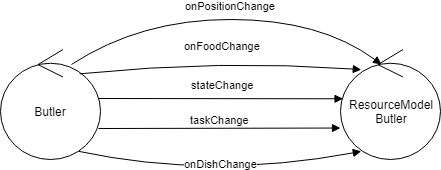
The draw.io diagram Relazioni/images/analisi/ButlerModelButlerArchitecture.png in xAlessandroC/iss2019TemaFinale, before a commit. Source tidied: cells renumbered, new cells last; positions are measured from the earlier drawing's top-left corner, leaving out a move shared by most shapes. Its diagram source:
```xml
<mxGraphModel>
  <root>
    <mxCell id="0" />
    <mxCell id="1" parent="0" />
    <mxCell id="2" value="Butler" style="ellipse;shape=umlControl;whiteSpace=wrap;html=1;" parent="1" vertex="1">
      <mxGeometry y="30" width="100" height="110" as="geometry" />
    </mxCell>
    <mxCell id="3" value="stateChange" style="html=1;verticalAlign=bottom;endArrow=block;entryX=0.025;entryY=0.448;entryDx=0;entryDy=0;entryPerimeter=0;" parent="1" edge="1" target="4">
      <mxGeometry x="0.02" y="5" relative="1" as="geometry">
        <mxPoint x="98" y="79" as="sourcePoint" />
      </mxGeometry>
    </mxCell>
    <mxCell id="4" value="ResourceModel&lt;br&gt;Butler" style="ellipse;shape=umlControl;whiteSpace=wrap;html=1;" parent="1" vertex="1">
      <mxGeometry x="340" y="30" width="100" height="110" as="geometry" />
    </mxCell>
    <mxCell id="5" value="taskChange" style="html=1;verticalAlign=bottom;endArrow=block;entryX=0;entryY=0.714;entryDx=0;entryDy=0;entryPerimeter=0;" parent="1" edge="1" target="4">
      <mxGeometry x="0.01" relative="1" as="geometry">
        <mxPoint x="98" y="109" as="sourcePoint" />
      </mxGeometry>
    </mxCell>
    <mxCell id="6" value="onDishChange" style="html=1;verticalAlign=bottom;endArrow=block;entryX=0.208;entryY=0.926;entryDx=0;entryDy=0;entryPerimeter=0;exitX=0.783;exitY=0.926;exitDx=0;exitDy=0;exitPerimeter=0;curved=1;" parent="1" edge="1" source="2" target="4">
      <mxGeometry x="0.02" y="5" relative="1" as="geometry">
        <Array as="points">
          <mxPoint x="210" y="160" />
        </Array>
      </mxGeometry>
    </mxCell>
    <mxCell id="7" value="onFoodChange" style="html=1;verticalAlign=bottom;endArrow=block;entryX=0.208;entryY=0.183;entryDx=0;entryDy=0;entryPerimeter=0;exitX=0.792;exitY=0.221;exitDx=0;exitDy=0;exitPerimeter=0;curved=1;" parent="1" edge="1" source="2" target="4">
      <mxGeometry x="0.02" y="5" relative="1" as="geometry">
        <Array as="points">
          <mxPoint x="220" y="40" />
        </Array>
      </mxGeometry>
    </mxCell>
    <mxCell id="8" value="onPositionChange" style="html=1;verticalAlign=bottom;endArrow=block;entryX=0.41;entryY=0.136;entryDx=0;entryDy=0;entryPerimeter=0;exitX=0.71;exitY=0.136;exitDx=0;exitDy=0;exitPerimeter=0;curved=1;" parent="1" edge="1" source="2" target="4">
      <mxGeometry x="0.02" y="5" relative="1" as="geometry">
        <Array as="points">
          <mxPoint x="140" />
          <mxPoint x="320" />
        </Array>
      </mxGeometry>
    </mxCell>
  </root>
</mxGraphModel>
```
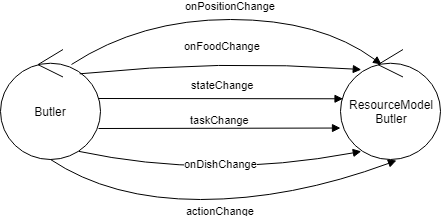
After the commit.

What changed in the source:
```diff
@@ -40,5 +40,14 @@
         </Array>
       </mxGeometry>
     </mxCell>
+    <mxCell id="9" value="actionChange" style="html=1;verticalAlign=bottom;endArrow=block;entryX=0.56;entryY=1.009;entryDx=0;entryDy=0;entryPerimeter=0;exitX=0.783;exitY=0.926;exitDx=0;exitDy=0;exitPerimeter=0;curved=1;" parent="1" edge="1" target="4">
+      <mxGeometry y="-20" relative="1" as="geometry">
+        <mxPoint x="49.8" y="139.9" as="sourcePoint" />
+        <Array as="points">
+          <mxPoint x="110" y="180" />
+          <mxPoint x="290" y="180" />
+        </Array>
+      </mxGeometry>
+    </mxCell>
   </root>
 </mxGraphModel>
```
